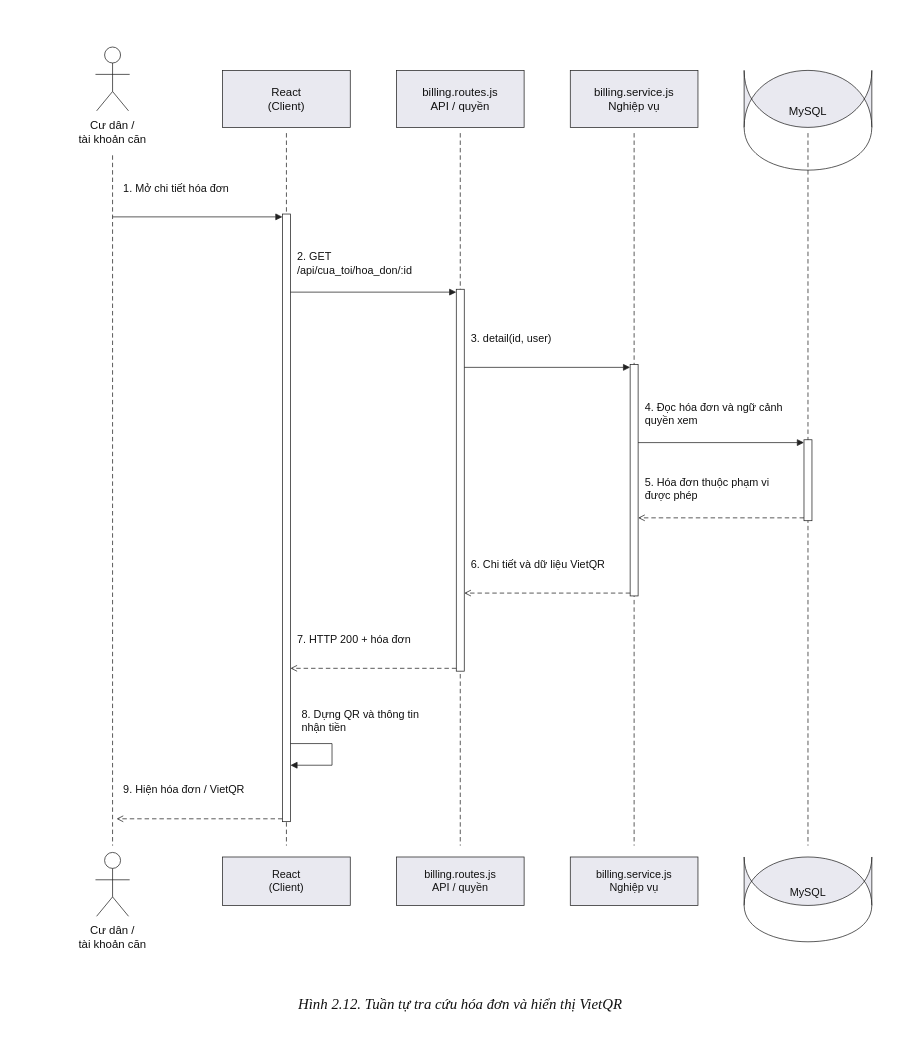
Above: docs/so-do-theo-mau-2026-11-17/drawio/02-12-sequence-vietqr.drawio in tunato2807-del/chung-cu-starter (draw.io), before the change. Source tidied: cells renumbered, new cells numbered last; positions are measured from the earlier drawing's top-left corner, leaving out a move shared by most shapes. Both pictures are drawn from the tidied source at 57%, with x=0, y=0 at pixel (10, 10).
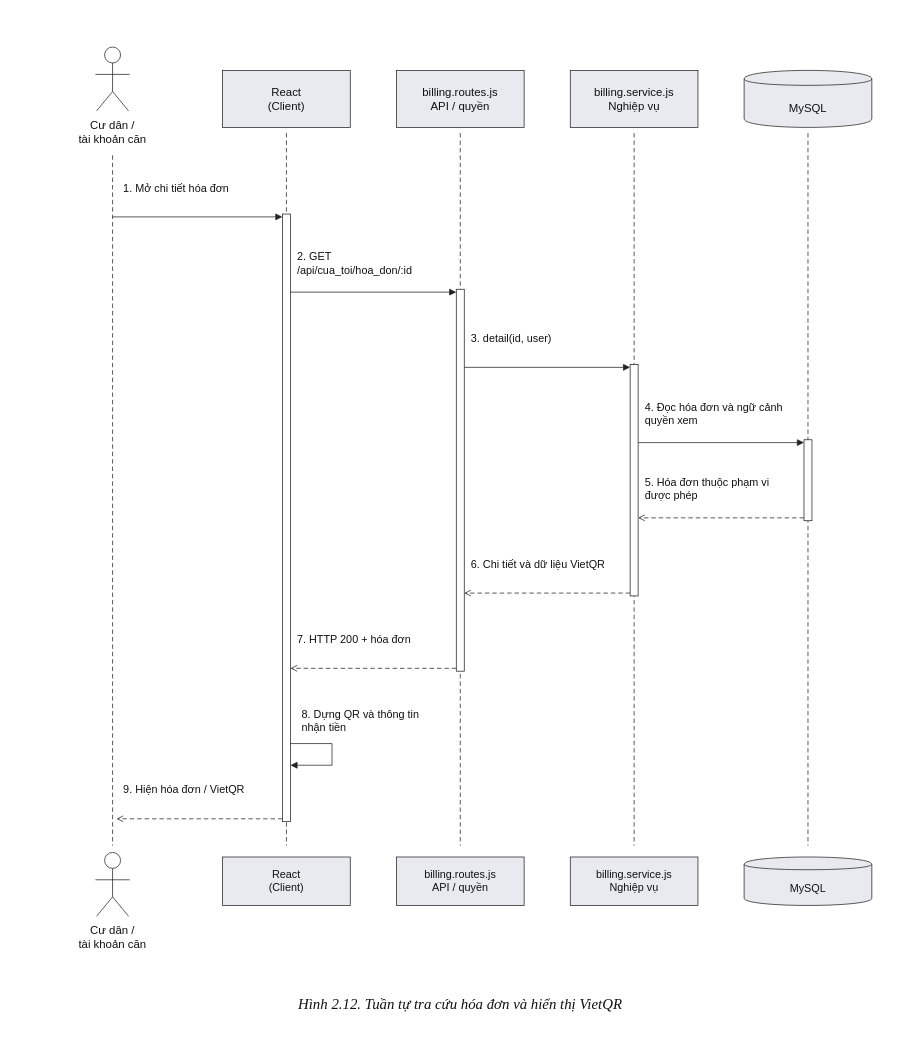
Above is the later version.

Diff of the diagram source:
```diff
@@
-    <mxCell id="29" value="MySQL" style="html=1;whiteSpace=wrap;overflow=hidden;fontFamily=Arial;fontSize=20;fontStyle=0;fontColor=#111111;strokeColor=#222222;strokeWidth=1.3;fillColor=#e9e9f0;align=center;verticalAlign=middle;spacing=5;shape=cylinder;size=12;boundedLbl=1;" parent="1" vertex="1">
+    <mxCell id="29" value="MySQL" style="html=1;whiteSpace=wrap;overflow=hidden;fontFamily=Arial;fontSize=20;fontStyle=0;fontColor=#111111;strokeColor=#222222;strokeWidth=1.3;fillColor=#e9e9f0;align=center;verticalAlign=middle;spacing=5;shape=cylinder;size=0.15;boundedLbl=1;" parent="1" vertex="1">
       <mxGeometry x="1288" y="106" width="224" height="100" as="geometry" />
     </mxCell>
@@
-    <mxCell id="31" value="MySQL" style="html=1;whiteSpace=wrap;overflow=hidden;fontFamily=Arial;fontSize=19;fontStyle=0;fontColor=#111111;strokeColor=#222222;strokeWidth=1.3;fillColor=#e9e9f0;align=center;verticalAlign=middle;spacing=5;shape=cylinder;size=12;boundedLbl=1;" parent="1" vertex="1">
+    <mxCell id="31" value="MySQL" style="html=1;whiteSpace=wrap;overflow=hidden;fontFamily=Arial;fontSize=19;fontStyle=0;fontColor=#111111;strokeColor=#222222;strokeWidth=1.3;fillColor=#e9e9f0;align=center;verticalAlign=middle;spacing=5;shape=cylinder;size=0.15;boundedLbl=1;" parent="1" vertex="1">
       <mxGeometry x="1288" y="1486" width="224" height="85" as="geometry" />
     </mxCell>
```
